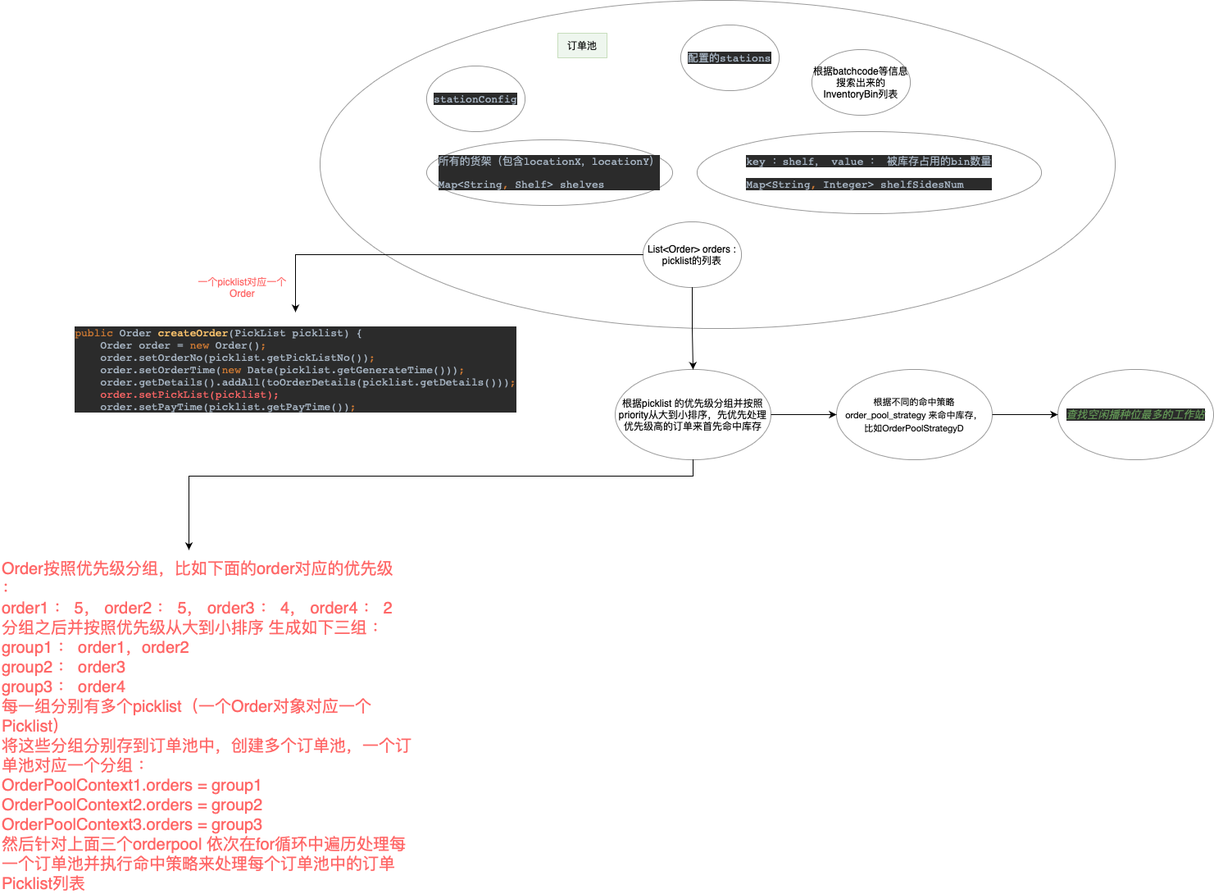
Earlier version of the draw.io export 订单池-命中库存.drawio.png (cong666/flow-chart). Source tidied: cells renumbered, new cells last; positions are measured from the earlier drawing's top-left corner, leaving out a move shared by most shapes.
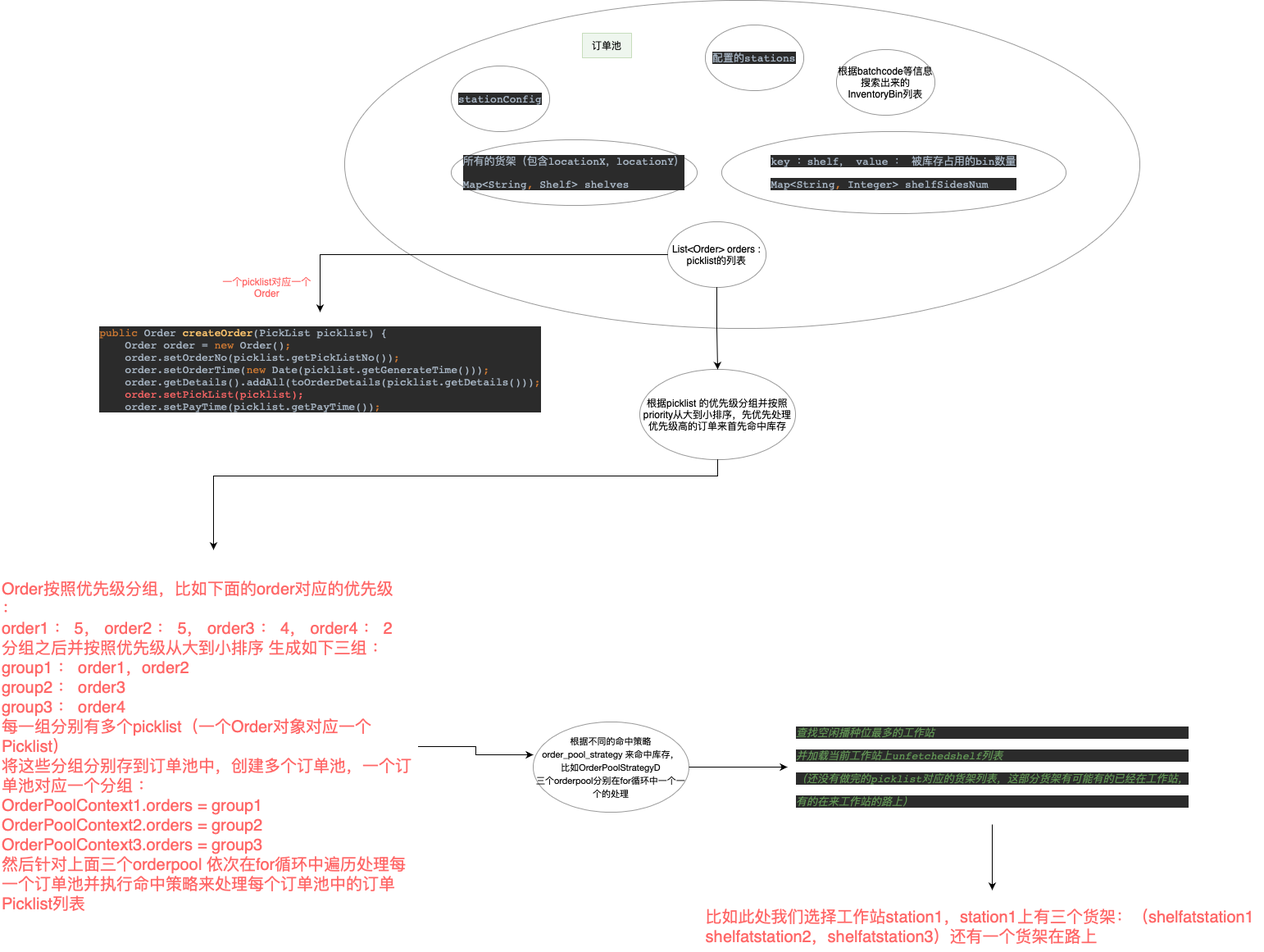
Above is the later version.

Commit message:
更新订单池-命中库存.drawio.png

Change to the diagram source:
```diff
@@ -32,9 +32,6 @@
     <mxCell id="11" value="订单池" style="text;html=1;strokeColor=#82b366;fillColor=#d5e8d4;align=center;verticalAlign=middle;whiteSpace=wrap;rounded=0;opacity=40;" parent="1" vertex="1">
       <mxGeometry x="680" y="40" width="60" height="30" as="geometry" />
     </mxCell>
-    <mxCell id="12" style="edgeStyle=orthogonalEdgeStyle;rounded=0;jettySize=auto;html=1;" parent="1" edge="1" source="14" target="16">
-      <mxGeometry relative="1" as="geometry" />
-    </mxCell>
     <mxCell id="13" style="edgeStyle=orthogonalEdgeStyle;rounded=0;jettySize=auto;html=1;fontColor=#FF6666;" parent="1" edge="1" source="14">
       <mxGeometry relative="1" as="geometry">
         <mxPoint x="230" y="670" as="targetPoint" />
@@ -47,23 +44,36 @@
     <mxCell id="14" value="根据picklist 的优先级分组并按照priority从大到小排序，先优先处理优先级高的订单来首先命中库存" style="ellipse;whiteSpace=wrap;html=1;opacity=40;" parent="1" vertex="1">
       <mxGeometry x="750" y="450" width="190" height="110" as="geometry" />
     </mxCell>
-    <mxCell id="15" style="edgeStyle=orthogonalEdgeStyle;rounded=0;jettySize=auto;html=1;" parent="1" edge="1" source="16" target="17">
-      <mxGeometry relative="1" as="geometry" />
+    <mxCell id="15" style="edgeStyle=orthogonalEdgeStyle;rounded=0;jettySize=auto;html=1;" parent="1" edge="1" source="16">
+      <mxGeometry relative="1" as="geometry">
+        <mxPoint x="930" y="935" as="targetPoint" />
+      </mxGeometry>
     </mxCell>
-    <mxCell id="16" value="&lt;p style=&quot;margin: 0px; font-stretch: normal; font-size: 11px; line-height: normal; font-family: &amp;quot;Helvetica Neue&amp;quot;;&quot;&gt;根据不同的命中策略order_pool_strategy 来命中库存，&lt;/p&gt;&lt;p style=&quot;margin: 0px; font-stretch: normal; font-size: 11px; line-height: normal; font-family: &amp;quot;Helvetica Neue&amp;quot;;&quot;&gt;比如OrderPoolStrategyD&lt;/p&gt;" style="ellipse;whiteSpace=wrap;html=1;opacity=40;" parent="1" vertex="1">
-      <mxGeometry x="1020" y="450" width="190" height="110" as="geometry" />
+    <mxCell id="16" value="&lt;p style=&quot;margin: 0px; font-stretch: normal; font-size: 11px; line-height: normal; font-family: &amp;quot;Helvetica Neue&amp;quot;;&quot;&gt;根据不同的命中策略order_pool_strategy 来命中库存，&lt;/p&gt;&lt;p style=&quot;margin: 0px; font-stretch: normal; font-size: 11px; line-height: normal; font-family: &amp;quot;Helvetica Neue&amp;quot;;&quot;&gt;比如OrderPoolStrategyD&lt;/p&gt;&lt;p style=&quot;margin: 0px; font-stretch: normal; font-size: 11px; line-height: normal; font-family: &amp;quot;Helvetica Neue&amp;quot;;&quot;&gt;三个orderpool分别在for循环中一个一个的处理&lt;/p&gt;" style="ellipse;whiteSpace=wrap;html=1;opacity=40;" parent="1" vertex="1">
+      <mxGeometry x="620" y="880" width="190" height="110" as="geometry" />
     </mxCell>
-    <mxCell id="17" value="&lt;pre style=&quot;text-align: start; background-color: rgb(43, 43, 43); color: rgb(169, 183, 198); font-family: &amp;quot;JetBrains Mono&amp;quot;, monospace; font-size: 9.8pt;&quot;&gt;&lt;span style=&quot;color: rgb(98, 151, 85); font-style: italic;&quot;&gt;查找空闲播种位最多的工作站&lt;/span&gt;&lt;/pre&gt;" style="ellipse;whiteSpace=wrap;html=1;opacity=40;" parent="1" vertex="1">
-      <mxGeometry x="1290" y="450" width="190" height="110" as="geometry" />
-    </mxCell>
     <mxCell id="18" value="&lt;pre style=&quot;text-align: start; background-color: rgb(43, 43, 43); font-family: &amp;quot;JetBrains Mono&amp;quot;, monospace; font-size: 9.8pt;&quot;&gt;&lt;span style=&quot;color: rgb(204, 120, 50);&quot;&gt;public &lt;/span&gt;&lt;font color=&quot;#a9b7c6&quot;&gt;Order &lt;/font&gt;&lt;span style=&quot;color: rgb(255, 198, 109);&quot;&gt;createOrder&lt;/span&gt;&lt;font color=&quot;#a9b7c6&quot;&gt;(PickList picklist) {&lt;br&gt;    Order order = &lt;/font&gt;&lt;span style=&quot;color: rgb(204, 120, 50);&quot;&gt;new &lt;/span&gt;&lt;font color=&quot;#a9b7c6&quot;&gt;Order()&lt;/font&gt;&lt;span style=&quot;color: rgb(204, 120, 50);&quot;&gt;;&lt;br&gt;&lt;/span&gt;&lt;span style=&quot;color: rgb(204, 120, 50);&quot;&gt;    &lt;/span&gt;&lt;font color=&quot;#a9b7c6&quot;&gt;order.setOrderNo(picklist.getPickListNo())&lt;/font&gt;&lt;span style=&quot;color: rgb(204, 120, 50);&quot;&gt;;&lt;br&gt;&lt;/span&gt;&lt;span style=&quot;color: rgb(204, 120, 50);&quot;&gt;    &lt;/span&gt;&lt;font color=&quot;#a9b7c6&quot;&gt;order.setOrderTime(&lt;/font&gt;&lt;span style=&quot;color: rgb(204, 120, 50);&quot;&gt;new &lt;/span&gt;&lt;font color=&quot;#a9b7c6&quot;&gt;Date(picklist.getGenerateTime()))&lt;/font&gt;&lt;span style=&quot;color: rgb(204, 120, 50);&quot;&gt;;&lt;br&gt;&lt;/span&gt;&lt;span style=&quot;color: rgb(204, 120, 50);&quot;&gt;    &lt;/span&gt;&lt;font color=&quot;#a9b7c6&quot;&gt;order.getDetails().addAll(toOrderDetails(picklist.getDetails()))&lt;/font&gt;&lt;span style=&quot;color: rgb(204, 120, 50);&quot;&gt;;&lt;br&gt;&lt;/span&gt;&lt;span style=&quot;color: rgb(204, 120, 50);&quot;&gt;    &lt;/span&gt;&lt;font color=&quot;#ff6666&quot;&gt;order.setPickList(picklist);&lt;/font&gt;&lt;font color=&quot;#cc7832&quot;&gt;&lt;br&gt;&lt;/font&gt;&lt;span style=&quot;color: rgb(204, 120, 50);&quot;&gt;    &lt;/span&gt;&lt;font color=&quot;#a9b7c6&quot;&gt;order.setPayTime(picklist.getPayTime())&lt;/font&gt;&lt;span style=&quot;color: rgb(204, 120, 50);&quot;&gt;;&lt;/span&gt;&lt;/pre&gt;" style="text;html=1;align=center;verticalAlign=middle;points=[];strokeColor=none;fillColor=none;" parent="1" vertex="1">
       <mxGeometry x="80" y="380" width="560" height="140" as="geometry" />
     </mxCell>
     <mxCell id="19" value="一个picklist对应一个&lt;br&gt;Order" style="text;html=1;align=center;verticalAlign=middle;strokeColor=none;fillColor=none;fontColor=#FF6666;" parent="1" vertex="1">
       <mxGeometry x="230" y="330" width="130" height="40" as="geometry" />
     </mxCell>
+    <mxCell id="21" style="edgeStyle=orthogonalEdgeStyle;rounded=0;jettySize=auto;html=1;entryX=0;entryY=0.364;entryDx=0;entryDy=0;entryPerimeter=0;fontSize=20;fontColor=#FF6666;" parent="1" edge="1" source="20" target="16">
+      <mxGeometry relative="1" as="geometry" />
+    </mxCell>
     <mxCell id="20" value="&lt;font style=&quot;font-size: 20px;&quot;&gt;Order按照优先级分组，比如下面的order对应的优先级 ：&amp;nbsp;&lt;br&gt;order1 ： 5， order2 ： 5， order3 ： 4， order4 ： 2&lt;br&gt;分组之后并按照优先级从大到小排序 生成如下三组 ：&amp;nbsp;&lt;br&gt;group1 ： order1，order2&lt;br&gt;group2 ： order3&lt;br&gt;group3 ： order4&lt;br&gt;每一组分别有多个picklist（一个Order对象对应一个Picklist）&lt;br&gt;将这些分组分别存到订单池中，创建多个订单池，一个订单池对应一个分组 ：&amp;nbsp;&lt;br&gt;OrderPoolContext1.orders = group1&lt;br&gt;OrderPoolContext2.orders = group2&lt;br&gt;OrderPoolContext3.orders = group3&lt;br&gt;然后针对上面三个orderpool 依次在for循环中遍历处理每一个订单池并执行命中策略来处理每个订单池中的订单Picklist列表&lt;br&gt;&lt;/font&gt;" style="text;html=1;strokeColor=none;fillColor=none;align=left;verticalAlign=middle;whiteSpace=wrap;rounded=0;fontColor=#FF6666;" parent="1" vertex="1">
-      <mxGeometry y="870" width="510" height="30" as="geometry" />
+      <mxGeometry x="-30" y="670" width="510" height="480" as="geometry" />
     </mxCell>
+    <mxCell id="22" style="edgeStyle=orthogonalEdgeStyle;rounded=0;jettySize=auto;html=1;fontSize=20;fontColor=#FF6666;" parent="1" edge="1" source="23">
+      <mxGeometry relative="1" as="geometry">
+        <mxPoint x="1180" y="1085" as="targetPoint" />
+      </mxGeometry>
+    </mxCell>
+    <mxCell id="23" value="&lt;pre style=&quot;text-align: start; background-color: rgb(43, 43, 43); color: rgb(169, 183, 198); font-family: &amp;quot;JetBrains Mono&amp;quot;, monospace; font-size: 9.8pt;&quot;&gt;&lt;span style=&quot;color: rgb(98, 151, 85); font-style: italic;&quot;&gt;查找空闲播种位最多的工作站&lt;/span&gt;&lt;/pre&gt;&lt;pre style=&quot;caret-color: rgb(0, 0, 0); color: rgb(0, 0, 0); text-align: start; background-color: rgb(43, 43, 43); font-family: &amp;quot;JetBrains Mono&amp;quot;, monospace; font-size: 9.8pt;&quot;&gt;&lt;font color=&quot;#629755&quot;&gt;&lt;span style=&quot;caret-color: rgb(98, 151, 85);&quot;&gt;&lt;i&gt;并加载当前工作站上unfetchedshelf列表&lt;/i&gt;&lt;/span&gt;&lt;/font&gt;&lt;/pre&gt;&lt;pre style=&quot;caret-color: rgb(0, 0, 0); color: rgb(0, 0, 0); text-align: start; background-color: rgb(43, 43, 43); font-family: &amp;quot;JetBrains Mono&amp;quot;, monospace; font-size: 9.8pt;&quot;&gt;&lt;font color=&quot;#629755&quot;&gt;&lt;span style=&quot;caret-color: rgb(98, 151, 85);&quot;&gt;&lt;i&gt;（还没有做完的picklist对应的货架列表，这部分货架有可能有的已经在工作站，&lt;/i&gt;&lt;/span&gt;&lt;/font&gt;&lt;/pre&gt;&lt;pre style=&quot;caret-color: rgb(0, 0, 0); color: rgb(0, 0, 0); text-align: start; background-color: rgb(43, 43, 43); font-family: &amp;quot;JetBrains Mono&amp;quot;, monospace; font-size: 9.8pt;&quot;&gt;&lt;font color=&quot;#629755&quot;&gt;&lt;span style=&quot;caret-color: rgb(98, 151, 85);&quot;&gt;&lt;i&gt;有的在来工作站的路上）&lt;/i&gt;&lt;/span&gt;&lt;/font&gt;&lt;/pre&gt;" style="text;html=1;align=center;verticalAlign=middle;points=[];strokeColor=none;fillColor=none;fontSize=20;fontColor=#FF6666;" parent="1" vertex="1">
+      <mxGeometry x="930" y="865" width="500" height="140" as="geometry" />
+    </mxCell>
+    <mxCell id="24" value="比如此处我们选择工作站station1，station1上有三个货架：（shelfatstation1&lt;br&gt;&lt;div style=&quot;text-align: left;&quot;&gt;shelfatstation2，shelfatstation3）还有一个货架在路上&lt;/div&gt;" style="text;html=1;align=center;verticalAlign=middle;strokeColor=none;fillColor=none;fontSize=20;fontColor=#FF6666;" parent="1" vertex="1">
+      <mxGeometry x="820" y="1100" width="690" height="60" as="geometry" />
+    </mxCell>
   </root>
 </mxGraphModel>
```
